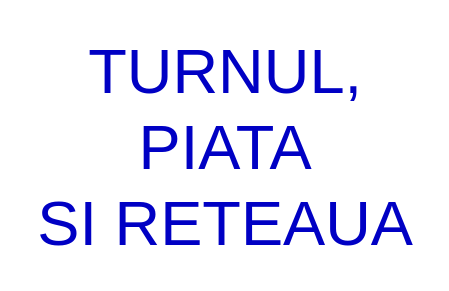
The draw.io diagram 41E6A194-E198-4B2A-A38D-49349FDACBB8_1_201_a.drawio.xml in sheeperoni/Diagrams, before the edit. Source tidied: cells renumbered, new cells numbered last; positions are measured from the earlier drawing's top-left corner, leaving out a move shared by most shapes. Both pictures are drawn from the tidied source at 158%, with x=0, y=0 at pixel (27, 27).
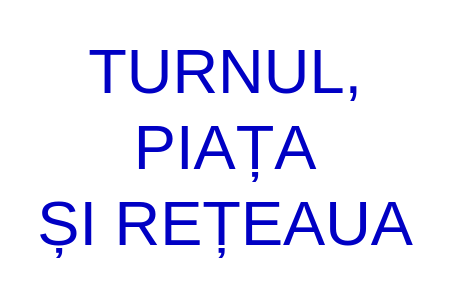
The same page after the edit.

The edit, as a diff of the source:
```diff
@@
 <mxGraphModel>
   <root>
     <mxCell id="0" />
     <mxCell id="1" parent="0" />
-    <mxCell id="2" value="TURNUL,&lt;br&gt;PIATA&lt;br&gt;SI RETEAUA" style="text;html=1;align=center;verticalAlign=middle;strokeColor=none;fillColor=none;fontSize=40;fontColor=#0000C4;" parent="1" vertex="1">
+    <mxCell id="2" value="TURNUL,&lt;br&gt;PIAȚA&lt;br&gt;ȘI REȚEAUA" style="text;html=1;align=center;verticalAlign=middle;strokeColor=none;fillColor=none;fontSize=40;fontColor=#0000C4;" parent="1" vertex="1">
       <mxGeometry width="250" height="150" as="geometry" />
     </mxCell>
   </root>
 </mxGraphModel>
```
